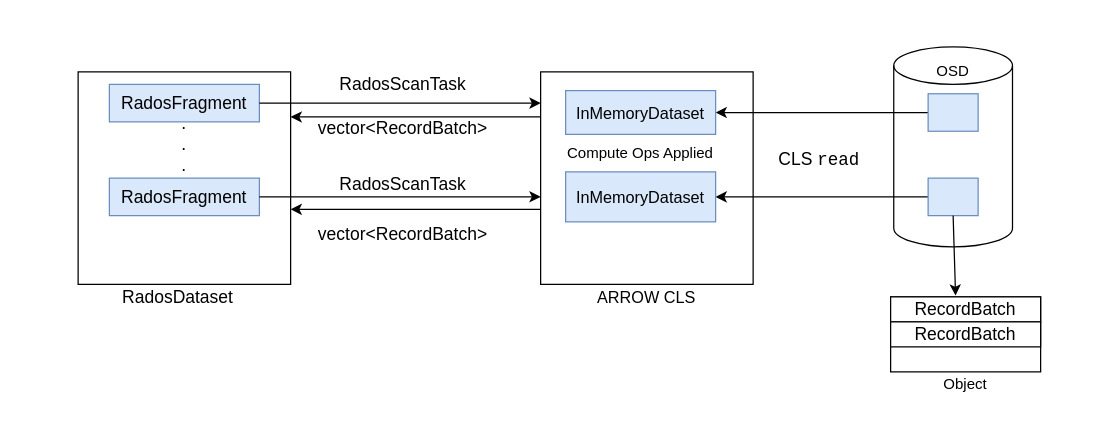
The draw.io diagram arrow-cls-2.drawio in JayjeetAtGithub/draw.io, before the edit. Source tidied: cells renumbered, new cells numbered last; positions are measured from the earlier drawing's top-left corner, leaving out a move shared by most shapes. Both pictures are drawn from the tidied source at 125%, with x=0, y=0 at pixel (78, 46).
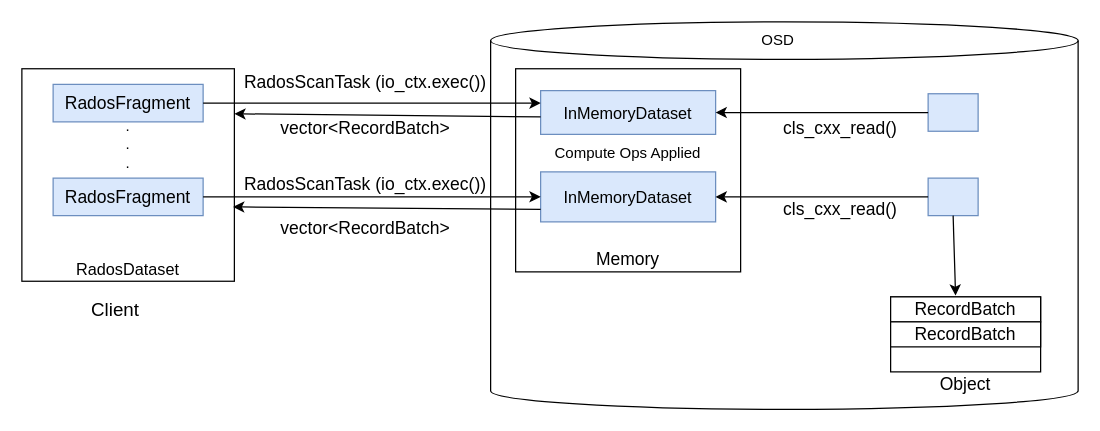
The same diagram, later.

The change refers to these unchanged cells:
```xml
<mxCell id="3" style="whiteSpace=wrap;html=1;" parent="1" vertex="1">
  <mxGeometry x="370" y="20" width="170" height="170" as="geometry" />
</mxCell>
<mxCell id="10" style="rounded=0;whiteSpace=wrap;html=1;fillColor=#dae8fc;strokeColor=#6c8ebf;" parent="1" vertex="1">
  <mxGeometry x="680" y="105" width="40" height="30" as="geometry" />
</mxCell>
<mxCell id="12" style="rounded=0;whiteSpace=wrap;html=1;fillColor=#dae8fc;strokeColor=#6c8ebf;" parent="1" vertex="1">
  <mxGeometry x="680" y="37.5" width="40" height="30" as="geometry" />
</mxCell>
```

What changed in the source:
```diff
@@
+    <mxCell id="33" style="whiteSpace=wrap;html=1;" parent="1" vertex="1">
+      <mxGeometry x="335" y="5" width="205" height="205" as="geometry" />
+    </mxCell>
     <mxCell id="2" style="whiteSpace=wrap;html=1;" parent="1" vertex="1">
-      <mxGeometry y="20" width="170" height="170" as="geometry" />
+      <mxGeometry x="-45" y="17.5" width="170" height="170" as="geometry" />
     </mxCell>
@@
     <mxCell id="4" value="&lt;font style=&quot;font-size: 14px&quot;&gt;RadosFragment&lt;/font&gt;" style="rounded=0;whiteSpace=wrap;html=1;fillColor=#dae8fc;strokeColor=#6c8ebf;" parent="1" vertex="1">
-      <mxGeometry x="25" y="30" width="120" height="30" as="geometry" />
+      <mxGeometry x="-20" y="30" width="120" height="30" as="geometry" />
     </mxCell>
     <mxCell id="5" value="&lt;font style=&quot;font-size: 14px&quot;&gt;RadosFragment&lt;/font&gt;" style="rounded=0;whiteSpace=wrap;html=1;fillColor=#dae8fc;strokeColor=#6c8ebf;" parent="1" vertex="1">
-      <mxGeometry x="25" y="105" width="120" height="30" as="geometry" />
+      <mxGeometry x="-20" y="105" width="120" height="30" as="geometry" />
     </mxCell>
-    <mxCell id="6" value="&lt;font style=&quot;font-size: 14px&quot;&gt;RadosDataset&lt;/font&gt;" style="text;html=1;strokeColor=none;fillColor=none;align=center;verticalAlign=middle;whiteSpace=wrap;rounded=0;" parent="1" vertex="1">
-      <mxGeometry x="60" y="190" width="40" height="20" as="geometry" />
+    <mxCell id="6" value="&lt;font style=&quot;font-size: 13px&quot;&gt;RadosDataset&lt;/font&gt;" style="text;html=1;strokeColor=none;fillColor=none;align=center;verticalAlign=middle;whiteSpace=wrap;rounded=0;" parent="1" vertex="1">
+      <mxGeometry x="20" y="167.5" width="40" height="20" as="geometry" />
     </mxCell>
@@
     <mxCell id="8" style="shape=cylinder3;whiteSpace=wrap;html=1;boundedLbl=1;backgroundOutline=1;size=15;" parent="1" vertex="1">
-      <mxGeometry x="652.5" width="95" height="160" as="geometry" />
+      <mxGeometry x="330" y="-20" width="470" height="310" as="geometry" />
     </mxCell>
-    <mxCell id="9" style="edgeStyle=orthogonalEdgeStyle;rounded=0;jettySize=auto;html=1;exitX=0;exitY=0.5;exitDx=0;exitDy=0;" parent="1" edge="1" source="10" target="31">
-      <mxGeometry relative="1" as="geometry" />
-    </mxCell>
@@
-    <mxCell id="11" style="edgeStyle=orthogonalEdgeStyle;rounded=0;jettySize=auto;html=1;exitX=0;exitY=0.5;exitDx=0;exitDy=0;entryX=1;entryY=0.5;entryDx=0;entryDy=0;" parent="1" edge="1" source="12" target="30">
-      <mxGeometry relative="1" as="geometry" />
-    </mxCell>
@@
-    <mxCell id="16" value="Object" style="text;html=1;strokeColor=none;fillColor=none;align=center;verticalAlign=middle;whiteSpace=wrap;rounded=0;" parent="1" vertex="1">
+    <mxCell id="16" value="&lt;font style=&quot;font-size: 14px&quot;&gt;Object&lt;/font&gt;" style="text;html=1;strokeColor=none;fillColor=none;align=center;verticalAlign=middle;whiteSpace=wrap;rounded=0;" parent="1" vertex="1">
       <mxGeometry x="690" y="260" width="40" height="20" as="geometry" />
     </mxCell>
     <mxCell id="17" value="OSD" style="text;html=1;strokeColor=none;fillColor=none;align=center;verticalAlign=middle;whiteSpace=wrap;rounded=0;" parent="1" vertex="1">
-      <mxGeometry x="680" y="10" width="40" height="20" as="geometry" />
+      <mxGeometry x="540" y="-15" width="40" height="20" as="geometry" />
     </mxCell>
-    <mxCell id="18" style="endArrow=classic;html=1;exitX=1;exitY=0.5;exitDx=0;exitDy=0;entryX=0;entryY=0.147;entryDx=0;entryDy=0;entryPerimeter=0;" parent="1" edge="1" source="4" target="3">
-      <mxGeometry relative="1" as="geometry" />
-    </mxCell>
-    <mxCell id="19" value="&lt;font style=&quot;font-size: 14px&quot;&gt;RadosScanTask&lt;/font&gt;" style="text;html=1;strokeColor=none;fillColor=none;align=center;verticalAlign=middle;whiteSpace=wrap;rounded=0;" parent="1" vertex="1">
-      <mxGeometry x="240" y="20" width="40" height="20" as="geometry" />
+    <mxCell id="19" value="&lt;font style=&quot;font-size: 14px&quot;&gt;RadosScanTask (io_ctx.exec())&lt;/font&gt;" style="text;html=1;strokeColor=none;fillColor=none;align=center;verticalAlign=middle;whiteSpace=wrap;rounded=0;" parent="1" vertex="1">
+      <mxGeometry x="125" y="17.5" width="210" height="20" as="geometry" />
     </mxCell>
-    <mxCell id="20" value="&lt;font style=&quot;font-size: 14px&quot;&gt;RadosScanTask&lt;/font&gt;" style="text;html=1;strokeColor=none;fillColor=none;align=center;verticalAlign=middle;whiteSpace=wrap;rounded=0;" parent="1" vertex="1">
-      <mxGeometry x="240" y="100" width="40" height="20" as="geometry" />
+    <mxCell id="20" value="&lt;span style=&quot;font-size: 14px&quot;&gt;RadosScanTask (io_ctx.exec())&lt;/span&gt;" style="text;html=1;strokeColor=none;fillColor=none;align=center;verticalAlign=middle;whiteSpace=wrap;rounded=0;" parent="1" vertex="1">
+      <mxGeometry x="130" y="100" width="200" height="20" as="geometry" />
     </mxCell>
@@
-    <mxCell id="22" value="&lt;font style=&quot;font-size: 14px&quot;&gt;CLS &lt;font face=&quot;Courier New&quot;&gt;read&lt;/font&gt;&lt;/font&gt;" style="text;html=1;strokeColor=none;fillColor=none;align=center;verticalAlign=middle;whiteSpace=wrap;rounded=0;rotation=0;" parent="1" vertex="1">
-      <mxGeometry x="532.5" y="80" width="120" height="20" as="geometry" />
+    <mxCell id="22" value="&lt;span style=&quot;font-size: 14px&quot;&gt;cls_cxx_read()&lt;/span&gt;" style="text;html=1;strokeColor=none;fillColor=none;align=center;verticalAlign=middle;whiteSpace=wrap;rounded=0;rotation=0;" parent="1" vertex="1">
+      <mxGeometry x="550" y="55" width="120" height="20" as="geometry" />
     </mxCell>
@@
     <mxCell id="24" value="&lt;font style=&quot;font-size: 14px&quot;&gt;vector&amp;lt;RecordBatch&amp;gt;&lt;/font&gt;" style="text;html=1;strokeColor=none;fillColor=none;align=center;verticalAlign=middle;whiteSpace=wrap;rounded=0;" parent="1" vertex="1">
-      <mxGeometry x="240" y="140" width="40" height="20" as="geometry" />
+      <mxGeometry x="210" y="135" width="40" height="20" as="geometry" />
     </mxCell>
-    <mxCell id="25" style="endArrow=classic;html=1;entryX=0;entryY=0.588;entryDx=0;entryDy=0;entryPerimeter=0;" parent="1" edge="1" target="3">
-      <mxGeometry relative="1" as="geometry">
-        <mxPoint x="145" y="120" as="sourcePoint" />
-      </mxGeometry>
-    </mxCell>
-    <mxCell id="26" style="endArrow=classic;html=1;entryX=1;entryY=0.647;entryDx=0;entryDy=0;entryPerimeter=0;" parent="1" edge="1" target="2">
-      <mxGeometry relative="1" as="geometry">
-        <mxPoint x="370" y="130" as="sourcePoint" />
-      </mxGeometry>
-    </mxCell>
-    <mxCell id="27" style="endArrow=classic;html=1;exitX=0;exitY=0.212;exitDx=0;exitDy=0;exitPerimeter=0;entryX=1;entryY=0.212;entryDx=0;entryDy=0;entryPerimeter=0;" parent="1" edge="1" source="3" target="2">
-      <mxGeometry relative="1" as="geometry" />
-    </mxCell>
     <mxCell id="28" value="&lt;font style=&quot;font-size: 14px&quot;&gt;vector&amp;lt;RecordBatch&amp;gt;&lt;/font&gt;" style="text;html=1;strokeColor=none;fillColor=none;align=center;verticalAlign=middle;whiteSpace=wrap;rounded=0;" parent="1" vertex="1">
-      <mxGeometry x="240" y="55" width="40" height="20" as="geometry" />
+      <mxGeometry x="210" y="55" width="40" height="20" as="geometry" />
     </mxCell>
-    <mxCell id="29" value="&lt;font style=&quot;font-size: 14px&quot;&gt;.&lt;br&gt;.&lt;br&gt;.&lt;/font&gt;" style="text;html=1;strokeColor=none;fillColor=none;align=center;verticalAlign=middle;whiteSpace=wrap;rounded=0;" parent="1" vertex="1">
-      <mxGeometry x="65" y="60" width="40" height="35" as="geometry" />
+    <mxCell id="29" value="&lt;font style=&quot;font-size: 12px&quot;&gt;.&lt;br&gt;.&lt;br&gt;.&lt;/font&gt;" style="text;html=1;strokeColor=none;fillColor=none;align=center;verticalAlign=middle;whiteSpace=wrap;rounded=0;" parent="1" vertex="1">
+      <mxGeometry x="20" y="60" width="40" height="35" as="geometry" />
     </mxCell>
+    <mxCell id="34" value="&lt;span style=&quot;font-size: 14px&quot;&gt;cls_cxx_read()&lt;/span&gt;" style="text;html=1;strokeColor=none;fillColor=none;align=center;verticalAlign=middle;whiteSpace=wrap;rounded=0;" parent="1" vertex="1">
+      <mxGeometry x="590" y="120" width="40" height="20" as="geometry" />
+    </mxCell>
+    <mxCell id="35" style="rounded=0;whiteSpace=wrap;html=1;" parent="1" vertex="1">
+      <mxGeometry x="350" y="17.5" width="180" height="162.5" as="geometry" />
+    </mxCell>
     <mxCell id="30" value="&lt;font style=&quot;font-size: 13px&quot;&gt;InMemoryDataset&lt;/font&gt;" style="rounded=0;whiteSpace=wrap;html=1;fillColor=#dae8fc;strokeColor=#6c8ebf;" parent="1" vertex="1">
-      <mxGeometry x="390" y="35" width="120" height="35" as="geometry" />
+      <mxGeometry x="370" y="35" width="140" height="35" as="geometry" />
     </mxCell>
     <mxCell id="31" value="&lt;span&gt;&lt;font style=&quot;font-size: 13px&quot;&gt;InMemoryDataset&lt;/font&gt;&lt;/span&gt;" style="rounded=0;whiteSpace=wrap;html=1;fillColor=#dae8fc;strokeColor=#6c8ebf;" parent="1" vertex="1">
-      <mxGeometry x="390" y="100" width="120" height="40" as="geometry" />
+      <mxGeometry x="370" y="100" width="140" height="40" as="geometry" />
     </mxCell>
     <mxCell id="32" value="Compute Ops Applied" style="text;html=1;strokeColor=none;fillColor=none;align=center;verticalAlign=middle;whiteSpace=wrap;rounded=0;" parent="1" vertex="1">
-      <mxGeometry x="390" y="75" width="120" height="20" as="geometry" />
+      <mxGeometry x="380" y="75" width="120" height="20" as="geometry" />
     </mxCell>
+    <mxCell id="18" style="endArrow=classic;html=1;exitX=1;exitY=0.5;exitDx=0;exitDy=0;entryX=0;entryY=0.147;entryDx=0;entryDy=0;entryPerimeter=0;" parent="1" edge="1" source="4" target="3">
+      <mxGeometry relative="1" as="geometry" />
+    </mxCell>
+    <mxCell id="27" style="endArrow=classic;html=1;exitX=0;exitY=0.212;exitDx=0;exitDy=0;exitPerimeter=0;entryX=1;entryY=0.212;entryDx=0;entryDy=0;entryPerimeter=0;" parent="1" edge="1" source="3" target="2">
+      <mxGeometry relative="1" as="geometry" />
+    </mxCell>
+    <mxCell id="26" style="endArrow=classic;html=1;" parent="1" edge="1">
+      <mxGeometry relative="1" as="geometry">
+        <mxPoint x="370" y="130" as="sourcePoint" />
+        <mxPoint x="124" y="128" as="targetPoint" />
+      </mxGeometry>
+    </mxCell>
+    <mxCell id="25" style="endArrow=classic;html=1;entryX=0;entryY=0.588;entryDx=0;entryDy=0;entryPerimeter=0;exitX=1;exitY=0.5;exitDx=0;exitDy=0;" parent="1" edge="1" source="5" target="3">
+      <mxGeometry relative="1" as="geometry" />
+    </mxCell>
+    <mxCell id="11" style="edgeStyle=orthogonalEdgeStyle;rounded=0;jettySize=auto;html=1;exitX=0;exitY=0.5;exitDx=0;exitDy=0;entryX=1;entryY=0.5;entryDx=0;entryDy=0;" parent="1" edge="1" source="12" target="30">
+      <mxGeometry relative="1" as="geometry" />
+    </mxCell>
+    <mxCell id="9" style="edgeStyle=orthogonalEdgeStyle;rounded=0;jettySize=auto;html=1;exitX=0;exitY=0.5;exitDx=0;exitDy=0;" parent="1" edge="1" source="10" target="31">
+      <mxGeometry relative="1" as="geometry" />
+    </mxCell>
+    <mxCell id="36" value="&lt;font style=&quot;font-size: 14px&quot;&gt;Memory&lt;/font&gt;" style="text;html=1;strokeColor=none;fillColor=none;align=center;verticalAlign=middle;whiteSpace=wrap;rounded=0;" parent="1" vertex="1">
+      <mxGeometry x="365" y="160" width="150" height="20" as="geometry" />
+    </mxCell>
+    <mxCell id="37" value="&lt;font style=&quot;font-size: 15px&quot;&gt;Client&lt;/font&gt;" style="text;html=1;strokeColor=none;fillColor=none;align=center;verticalAlign=middle;whiteSpace=wrap;rounded=0;" parent="1" vertex="1">
+      <mxGeometry x="10" y="200" width="40" height="20" as="geometry" />
+    </mxCell>
```
